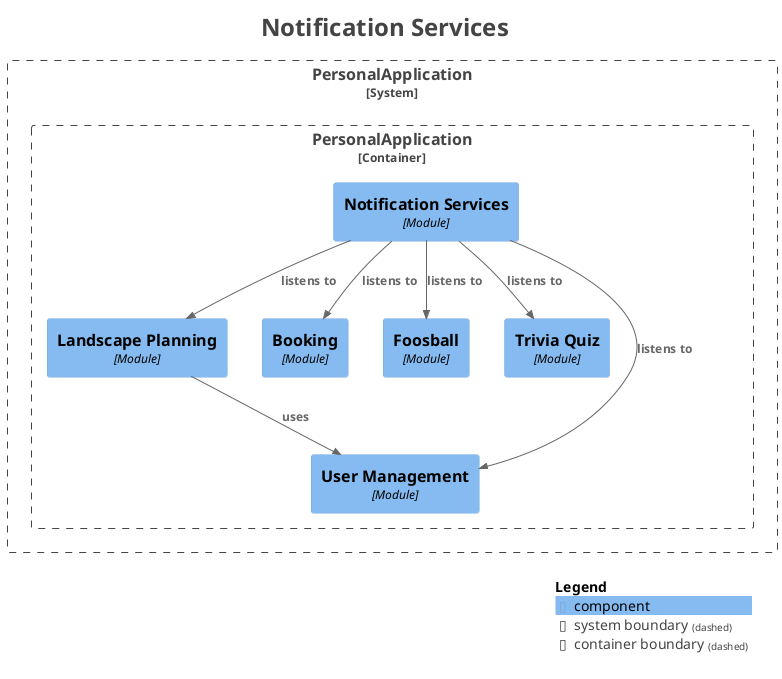
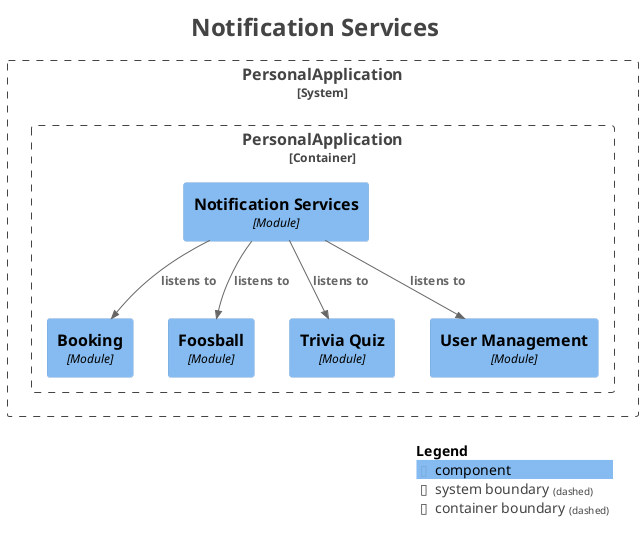
@startuml
title <size:24>Notification Services</size>

set separator none
top to bottom direction

<style>
  root {
    BackgroundColor: #ffffff
    FontColor: #444444
  }
</style>

!include <C4/C4>
!include <C4/C4_Context>
!include <C4/C4_Component>

System_Boundary("PersonalApplication_boundary", "PersonalApplication", $tags="") {
  Container_Boundary("PersonalApplication.PersonalApplication_boundary", "PersonalApplication", $tags="") {
-     Component(PersonalApplication.PersonalApplication.LandscapePlanning, "Landscape Planning", $techn="Module", $descr="", $tags="", $link="")
    Component(PersonalApplication.PersonalApplication.NotificationServices, "Notification Services", $techn="Module", $descr="", $tags="", $link="")
    Component(PersonalApplication.PersonalApplication.Booking, "Booking", $techn="Module", $descr="", $tags="", $link="")
    Component(PersonalApplication.PersonalApplication.Foosball, "Foosball", $techn="Module", $descr="", $tags="", $link="")
    Component(PersonalApplication.PersonalApplication.TriviaQuiz, "Trivia Quiz", $techn="Module", $descr="", $tags="", $link="")
    Component(PersonalApplication.PersonalApplication.UserManagement, "User Management", $techn="Module", $descr="", $tags="", $link="")
  }

}

Rel(PersonalApplication.PersonalApplication.NotificationServices, PersonalApplication.PersonalApplication.UserManagement, "listens to", $techn="", $tags="", $link="")
+ Rel(PersonalApplication.PersonalApplication.NotificationServices, PersonalApplication.PersonalApplication.Foosball, "listens to", $techn="", $tags="", $link="")
Rel(PersonalApplication.PersonalApplication.NotificationServices, PersonalApplication.PersonalApplication.TriviaQuiz, "listens to", $techn="", $tags="", $link="")
- Rel(PersonalApplication.PersonalApplication.NotificationServices, PersonalApplication.PersonalApplication.Foosball, "listens to", $techn="", $tags="", $link="")
Rel(PersonalApplication.PersonalApplication.NotificationServices, PersonalApplication.PersonalApplication.Booking, "listens to", $techn="", $tags="", $link="")
- Rel(PersonalApplication.PersonalApplication.NotificationServices, PersonalApplication.PersonalApplication.LandscapePlanning, "listens to", $techn="", $tags="", $link="")
- Rel(PersonalApplication.PersonalApplication.LandscapePlanning, PersonalApplication.PersonalApplication.UserManagement, "uses", $techn="", $tags="", $link="")

SHOW_LEGEND(true)
hide stereotypes
@enduml